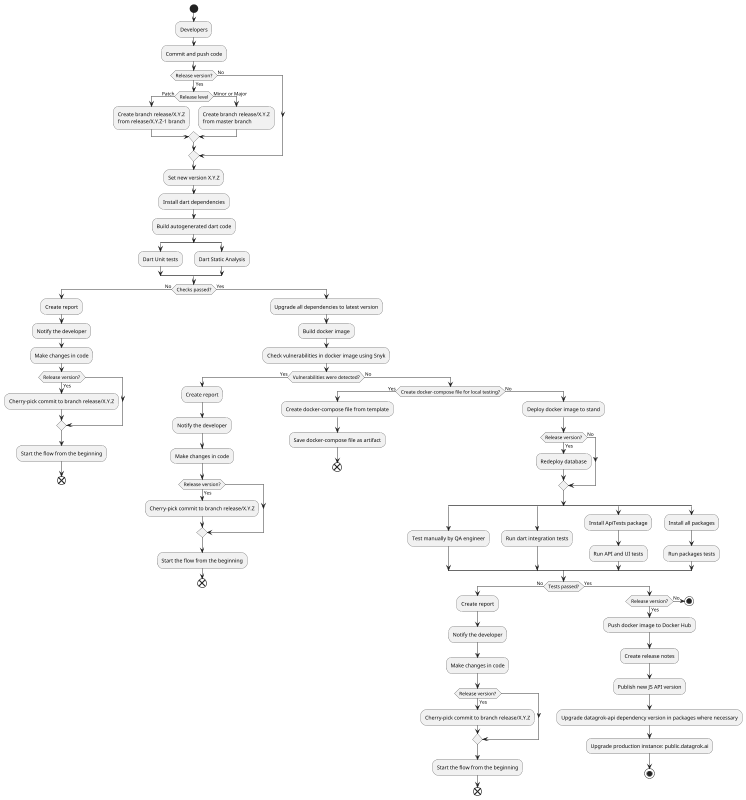
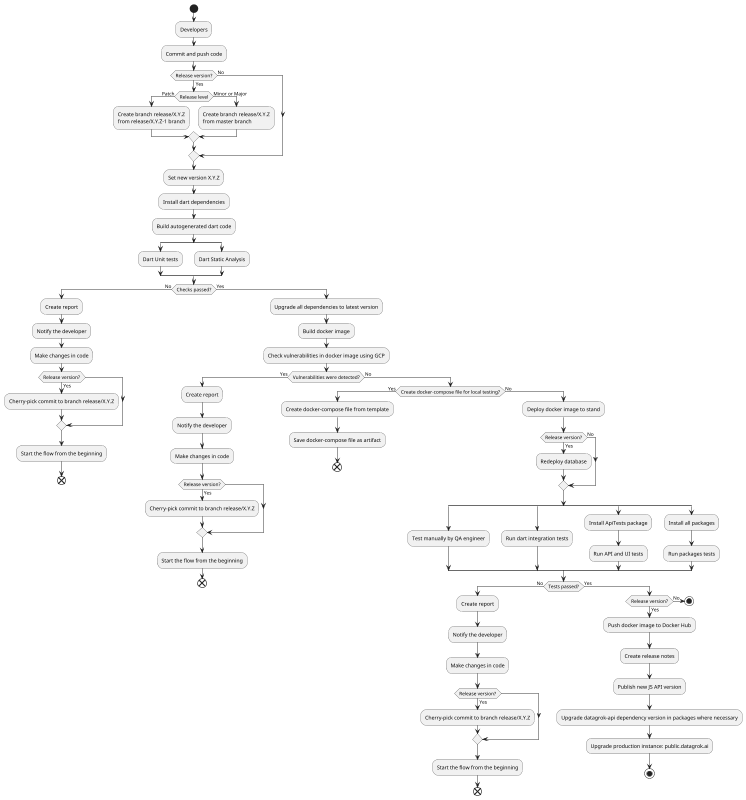
@startuml

start
scale 1000*800
:Developers;
:Commit and push code;
if (Release version?) then (Yes)
if (Release level) then (Patch)
:Create branch release/X.Y.Z
from release/X.Y.Z-1 branch;
else (Minor or Major)
:Create branch release/X.Y.Z
from master branch;
endif
else (No)
endif
:Set new version X.Y.Z;
:Install dart dependencies;
:Build autogenerated dart code;
split
:Dart Unit tests;
split again
:Dart Static Analysis;
end split;
if (Checks passed?) then (No)
:Create report;
:Notify the developer;
:Make changes in code;
if (Release version?) then (Yes)
:Cherry-pick commit to branch release/X.Y.Z;
endif
:Start the flow from the beginning;
end
else (Yes)
:Upgrade all dependencies to latest version;
:Build docker image;
- :Check vulnerabilities in docker image using Snyk;
+ :Check vulnerabilities in docker image using GCP;
if (Vulnerabilities were detected?) then (Yes)
:Create report;
:Notify the developer;
:Make changes in code;
if (Release version?) then (Yes)
:Cherry-pick commit to branch release/X.Y.Z;
endif
:Start the flow from the beginning;
end
else (No)
if (Create docker-compose file for local testing?) then (Yes)
:Create docker-compose file from template;
:Save docker-compose file as artifact;
end
else(No)
:Deploy docker image to stand;
if (Release version?) then (Yes)
:Redeploy database;
else (No)
endif
split
:Test manually by QA engineer;
split again
:Run dart integration tests;
split again
:Install ApiTests package;
:Run API and UI tests;
split again
:Install all packages;
:Run packages tests;
end split
if (Tests passed?) then (No)
:Create report;
:Notify the developer;
:Make changes in code;
if (Release version?) then (Yes)
:Cherry-pick commit to branch release/X.Y.Z;
endif
:Start the flow from the beginning;
end
else (Yes)
if (Release version?) then (Yes)
:Push docker image to Docker Hub;
:Create release notes;
:Publish new JS API version;
:Upgrade datagrok-api dependency version in packages where necessary;
:Upgrade production instance: public.datagrok.ai;
stop
else (No)
stop
endif
@enduml
